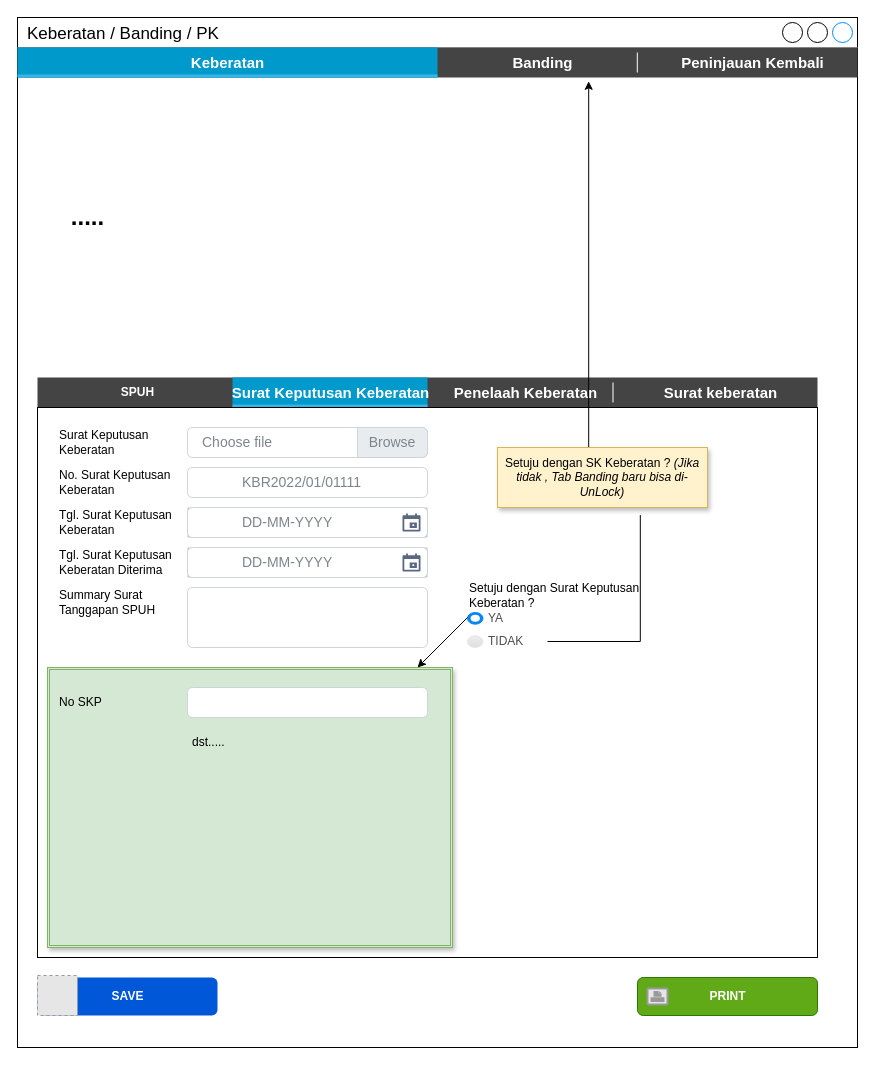
Earlier version of the draw.io diagram page "3.3 Keberatan_SK_Keberatan" (15 of 22) of TAMS.drawio (prasetyodavid/TAMS). Source tidied: cells renumbered, new cells numbered last; positions are measured from the earlier drawing's top-left corner, leaving out a move shared by most shapes. Both pictures are drawn from the tidied source at 100%, with x=0, y=0 at pixel (17, 17). Pictures stored in the file or linked from it are replaced by grey dashed boxes.
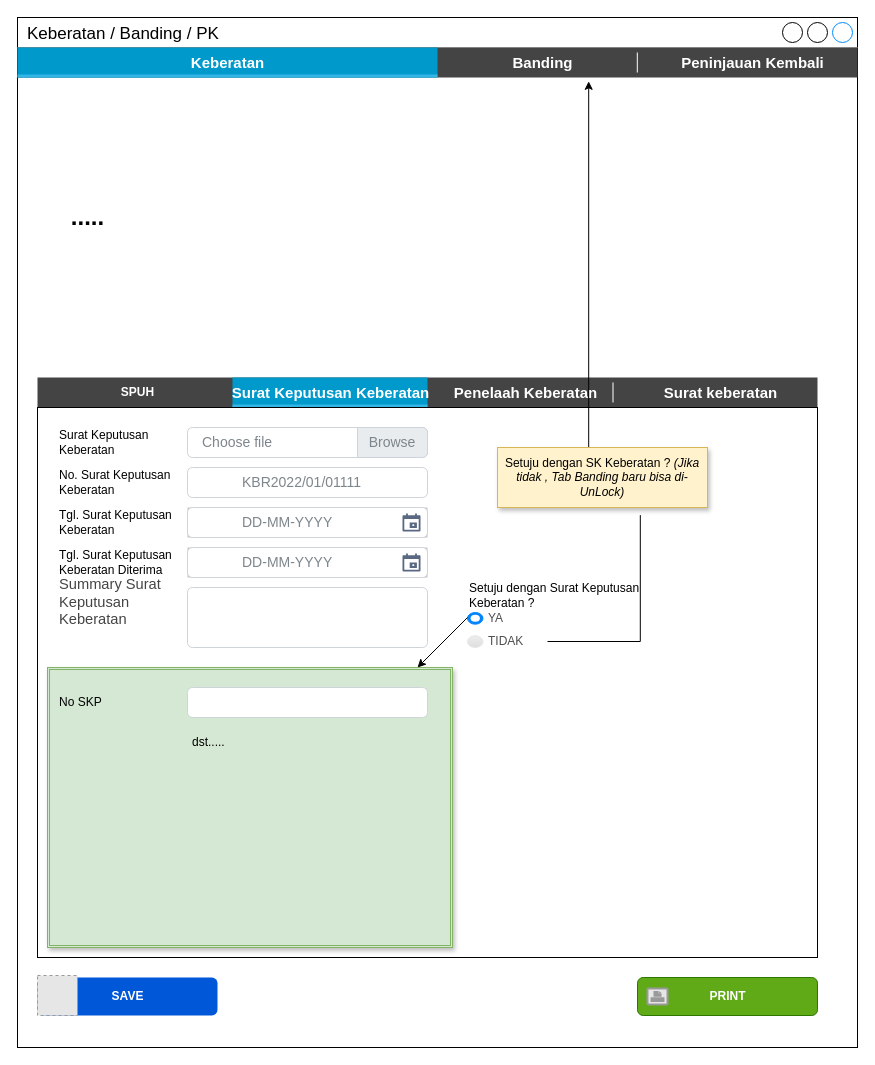
Above is the later version.

Diff of the diagram source:
```diff
@@
-    <mxCell id="39" value="Summary Surat Tanggapan SPUH" style="text;html=1;strokeColor=none;fillColor=none;align=left;verticalAlign=middle;whiteSpace=wrap;rounded=0;fontColor=default;" parent="1" vertex="1">
-      <mxGeometry x="40" y="570" width="120" height="30" as="geometry" />
+    <mxCell id="39" value="&lt;span style=&quot;color: rgb(68, 68, 68); font-family: Calibri, sans-serif, &amp;quot;Mongolian Baiti&amp;quot;, &amp;quot;Microsoft Yi Baiti&amp;quot;, &amp;quot;Javanese Text&amp;quot;, &amp;quot;Yu Gothic&amp;quot;; font-size: 14.6667px; background-color: rgb(255, 255, 255);&quot;&gt;Summary Surat Keputusan Keberatan&lt;/span&gt;" style="text;html=1;strokeColor=none;fillColor=none;align=left;verticalAlign=middle;whiteSpace=wrap;rounded=0;fontColor=default;" parent="1" vertex="1">
+      <mxGeometry x="40" y="570" width="140" height="30" as="geometry" />
     </mxCell>
```
